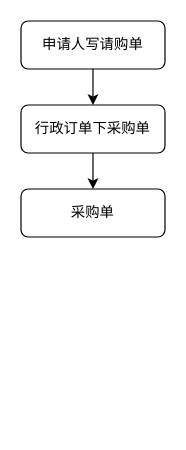
This is 辅料采购.drawio from pbm0802/GitIDEATest, a draw.io file, before an edit. Source tidied: cells renumbered, new cells numbered last; positions are measured from the earlier drawing's top-left corner, leaving out a move shared by most shapes. Both pictures are drawn from the tidied source at 120%, with x=0, y=0 at pixel (20, 20).
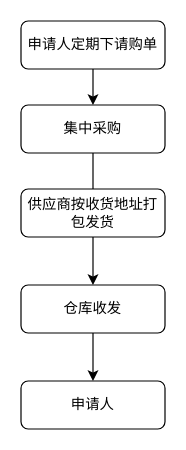
Above is the later version.

Commit message (it also covers changes not shown here):
更新辅料采购.drawio

The edit, as a diff of the source:
```diff
@@
 <mxGraphModel>
   <root>
     <mxCell id="0" />
     <mxCell id="1" parent="0" />
     <mxCell id="2" style="edgeStyle=orthogonalEdgeStyle;rounded=0;jettySize=auto;html=1;exitX=0.5;exitY=1;exitDx=0;exitDy=0;entryX=0.5;entryY=0;entryDx=0;entryDy=0;" parent="1" edge="1" source="3" target="5">
       <mxGeometry relative="1" as="geometry" />
     </mxCell>
-    <mxCell id="3" value="申请人写请购单" style="rounded=1;whiteSpace=wrap;html=1;fontSize=12;glass=0;strokeWidth=1;shadow=0;" parent="1" vertex="1">
+    <mxCell id="3" value="申请人定期下请购单" style="rounded=1;whiteSpace=wrap;html=1;fontSize=12;glass=0;strokeWidth=1;shadow=0;" parent="1" vertex="1">
       <mxGeometry width="120" height="40" as="geometry" />
     </mxCell>
     <mxCell id="4" style="edgeStyle=orthogonalEdgeStyle;rounded=0;jettySize=auto;html=1;exitX=0.5;exitY=1;exitDx=0;exitDy=0;entryX=0.5;entryY=0;entryDx=0;entryDy=0;" parent="1" edge="1" source="5" target="6">
       <mxGeometry relative="1" as="geometry" />
     </mxCell>
-    <mxCell id="5" value="行政订单下采购单" style="rounded=1;whiteSpace=wrap;html=1;fontSize=12;glass=0;strokeWidth=1;shadow=0;" parent="1" vertex="1">
+    <mxCell id="5" value="集中采购" style="rounded=1;whiteSpace=wrap;html=1;fontSize=12;glass=0;strokeWidth=1;shadow=0;" parent="1" vertex="1">
       <mxGeometry y="70" width="120" height="40" as="geometry" />
     </mxCell>
+    <mxCell id="7" style="edgeStyle=orthogonalEdgeStyle;rounded=0;jettySize=auto;html=1;exitX=0.5;exitY=1;exitDx=0;exitDy=0;entryX=0.5;entryY=0;entryDx=0;entryDy=0;" parent="1" edge="1" source="6" target="9">
+      <mxGeometry relative="1" as="geometry" />
+    </mxCell>
-    <mxCell id="6" value="采购单" style="rounded=1;whiteSpace=wrap;html=1;fontSize=12;glass=0;strokeWidth=1;shadow=0;" parent="1" vertex="1">
-      <mxGeometry y="140" width="120" height="40" as="geometry" />
+    <mxCell id="6" value="仓库收发" style="rounded=1;whiteSpace=wrap;html=1;fontSize=12;glass=0;strokeWidth=1;shadow=0;" parent="1" vertex="1">
+      <mxGeometry y="220" width="120" height="40" as="geometry" />
     </mxCell>
+    <mxCell id="8" value="供应商按收货地址打包发货" style="rounded=1;whiteSpace=wrap;html=1;fontSize=12;glass=0;strokeWidth=1;shadow=0;" parent="1" vertex="1">
+      <mxGeometry y="140" width="120" height="40" as="geometry" />
+    </mxCell>
+    <mxCell id="9" value="申请人" style="rounded=1;whiteSpace=wrap;html=1;fontSize=12;glass=0;strokeWidth=1;shadow=0;" parent="1" vertex="1">
+      <mxGeometry y="300" width="120" height="40" as="geometry" />
+    </mxCell>
   </root>
 </mxGraphModel>
```
